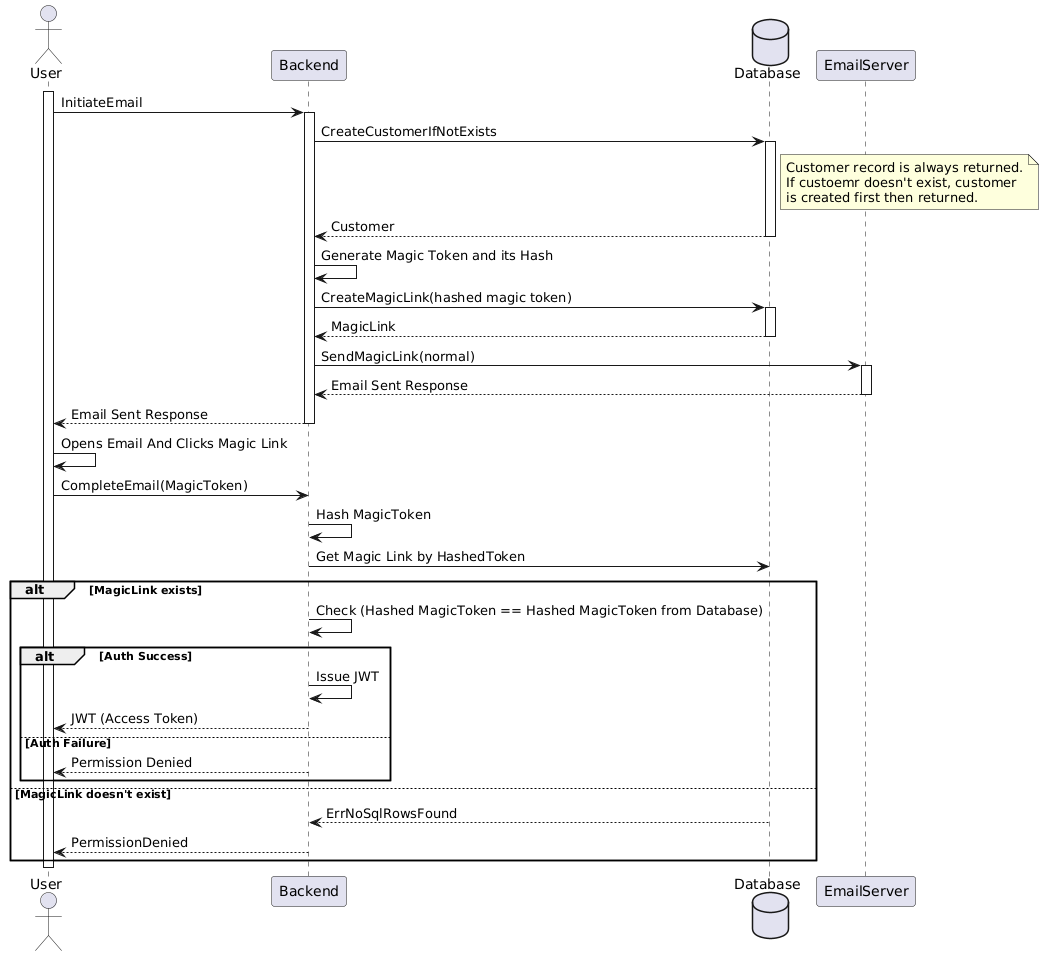
Before: docs/gp1/images/docs/diagrams/sequence-diagrams/all-sequence-diagrams/Continue with Email.png, a diagram exported from PlantUML (jadwalapp/symmetrical-spoon).
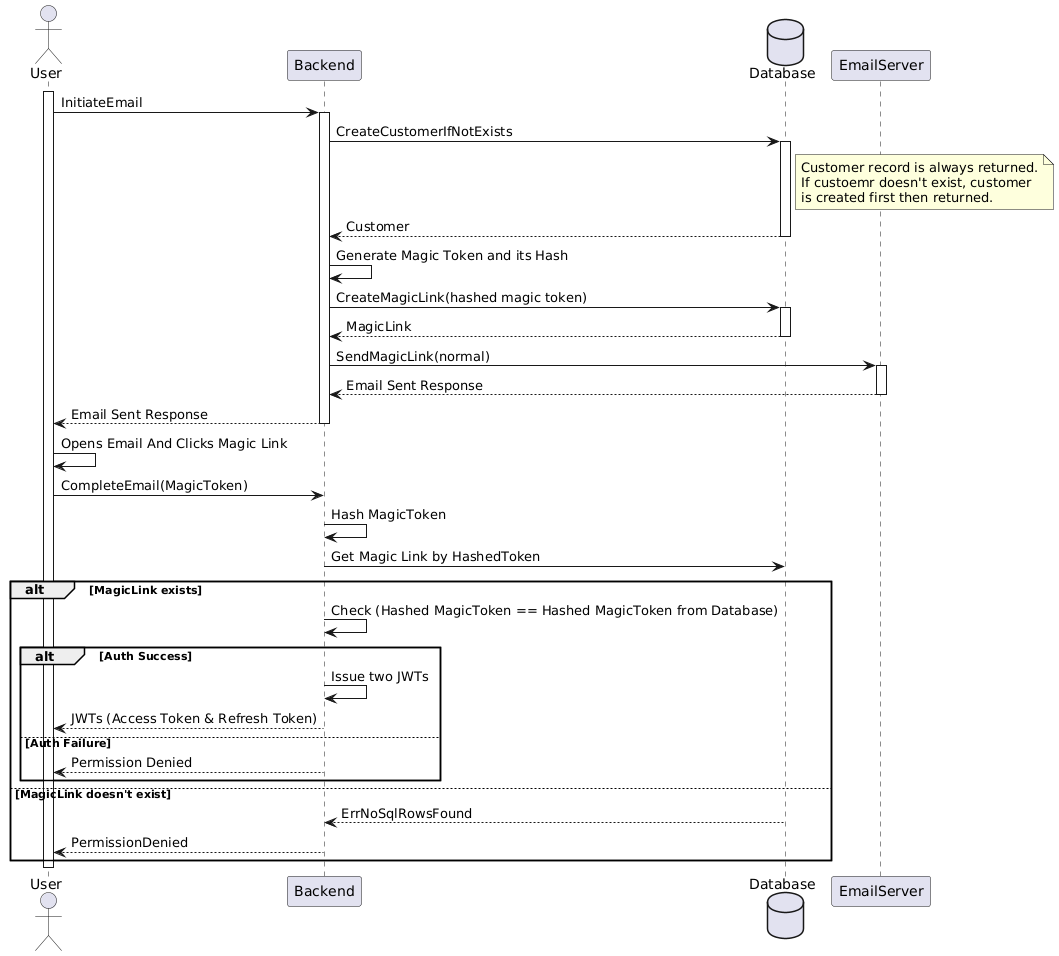
Later version of the same file.

Change to the diagram source:
```diff
@@ -32,8 +32,8 @@
 alt MagicLink exists
     Backend -> Backend : Check (Hashed MagicToken == Hashed MagicToken from Database)
     alt Auth Success
-        Backend -> Backend : Issue JWT
-        Backend --> User : JWT (Access Token)
+        Backend -> Backend : Issue two JWTs
+        Backend --> User : JWTs (Access Token & Refresh Token)
     else Auth Failure
         Backend --> User : Permission Denied
     end
```
